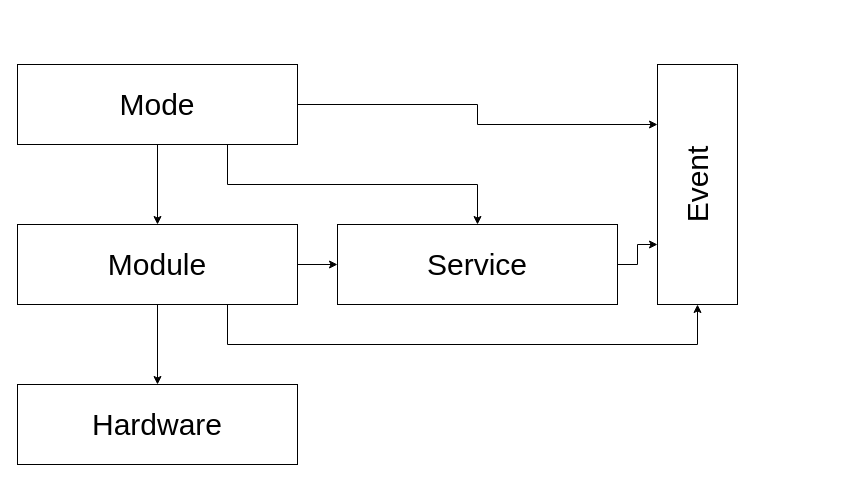
Earlier version of the draw.io diagram docs/layers/layers.drawio (WesleyVercoutere/codesys-framework). Source tidied: cells renumbered, new cells numbered last; positions are measured from the earlier drawing's top-left corner, leaving out a move shared by most shapes. Both pictures are drawn from the tidied source at 100%, with x=0, y=0 at pixel (17, 64).
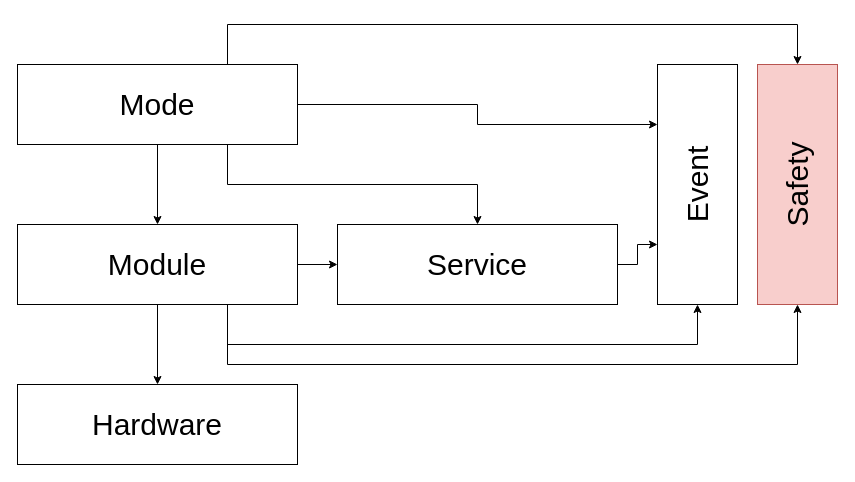
The same diagram, later.

Unchanged cells that the change refers to:
```xml
<mxCell id="4" value="Mode" style="rounded=0;whiteSpace=wrap;html=1;fontSize=30;" parent="1" vertex="1">
  <mxGeometry width="280" height="80" as="geometry" />
</mxCell>
<mxCell id="8" value="Module" style="rounded=0;whiteSpace=wrap;html=1;fontSize=30;" parent="1" vertex="1">
  <mxGeometry y="160" width="280" height="80" as="geometry" />
</mxCell>
```

Change to the diagram source:
```diff
@@
+    <mxCell id="14" value="Safety" style="rounded=0;whiteSpace=wrap;html=1;fontSize=30;horizontal=0;fillColor=#f8cecc;strokeColor=#b85450;" parent="1" vertex="1">
+      <mxGeometry x="740" width="80" height="240" as="geometry" />
+    </mxCell>
+    <mxCell id="15" style="edgeStyle=orthogonalEdgeStyle;rounded=0;jettySize=auto;html=1;exitX=0.75;exitY=0;exitDx=0;exitDy=0;entryX=0.5;entryY=0;entryDx=0;entryDy=0;" parent="1" edge="1" source="4" target="14">
+      <mxGeometry relative="1" as="geometry">
+        <Array as="points">
+          <mxPoint x="210" y="-40" />
+          <mxPoint x="780" y="-40" />
+        </Array>
+      </mxGeometry>
+    </mxCell>
+    <mxCell id="16" style="edgeStyle=orthogonalEdgeStyle;rounded=0;jettySize=auto;html=1;exitX=0.75;exitY=1;exitDx=0;exitDy=0;entryX=0.5;entryY=1;entryDx=0;entryDy=0;" parent="1" edge="1" source="8" target="14">
+      <mxGeometry relative="1" as="geometry">
+        <Array as="points">
+          <mxPoint x="210" y="300" />
+          <mxPoint x="780" y="300" />
+        </Array>
+      </mxGeometry>
+    </mxCell>
```
